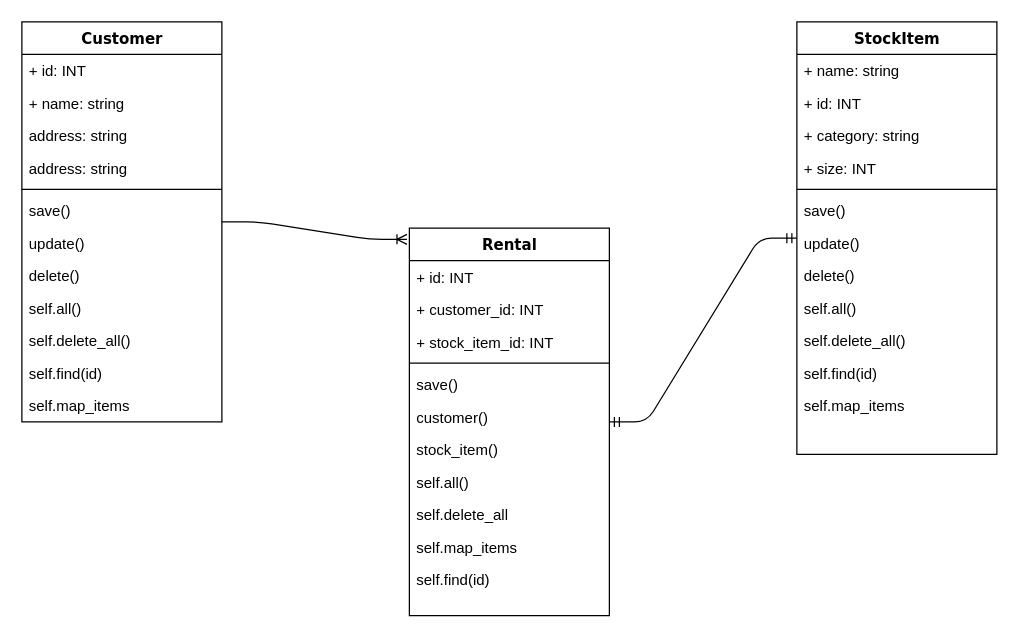
Earlier version of the draw.io diagram PDA/Diagrams/kite_rental_class_diagram.drawio (ED1978/Kitesurf-Rental-Store). Source tidied: cells renumbered, new cells numbered last; positions are measured from the earlier drawing's top-left corner, leaving out a move shared by most shapes. Both pictures are drawn from the tidied source at 125%, with x=0, y=0 at pixel (21, 21).
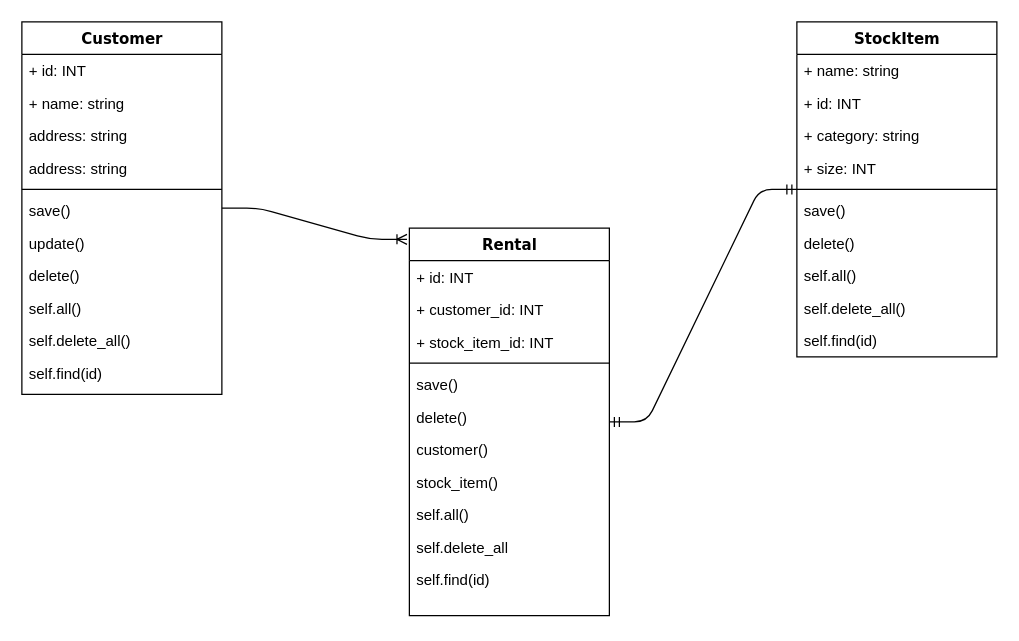
After the change.

Commit message (it also covers changes not shown here):
class diagram final

Unchanged cells that the change refers to:
```xml
<mxCell id="28" value="Rental" style="swimlane;html=1;fontStyle=1;align=center;verticalAlign=top;horizontal=1;startSize=26;swimlaneFillColor=#ffffff;rounded=0;shadow=0;comic=0;labelBackgroundColor=none;strokeColor=#000000;strokeWidth=1;fillColor=none;fontFamily=Verdana;fontSize=12;fontColor=#000000;" parent="1" vertex="1">
  <mxGeometry x="310" y="165" width="160" height="310" as="geometry" />
</mxCell>
```

The edit, as a diff of the source:
```diff
@@
     <mxCell id="2" value="StockItem" style="swimlane;html=1;fontStyle=1;align=center;verticalAlign=top;horizontal=1;startSize=26;swimlaneFillColor=#ffffff;rounded=0;shadow=0;comic=0;labelBackgroundColor=none;strokeColor=#000000;strokeWidth=1;fillColor=none;fontFamily=Verdana;fontSize=12;fontColor=#000000;" parent="1" vertex="1">
-      <mxGeometry x="620" width="160" height="346" as="geometry" />
+      <mxGeometry x="620" width="160" height="268" as="geometry" />
     </mxCell>
@@
-    <mxCell id="9" value="update()" style="text;html=1;strokeColor=none;fillColor=none;align=left;verticalAlign=top;spacingLeft=4;spacingRight=4;whiteSpace=wrap;overflow=hidden;" parent="2" vertex="1">
-      <mxGeometry y="164" width="160" height="26" as="geometry" />
-    </mxCell>
     <mxCell id="10" value="delete()" style="text;html=1;strokeColor=none;fillColor=none;align=left;verticalAlign=top;spacingLeft=4;spacingRight=4;whiteSpace=wrap;overflow=hidden;" parent="2" vertex="1">
-      <mxGeometry y="190" width="160" height="26" as="geometry" />
+      <mxGeometry y="164" width="160" height="26" as="geometry" />
     </mxCell>
     <mxCell id="11" value="self.all()" style="text;html=1;strokeColor=none;fillColor=none;align=left;verticalAlign=top;spacingLeft=4;spacingRight=4;whiteSpace=wrap;overflow=hidden;" parent="2" vertex="1">
-      <mxGeometry y="216" width="160" height="26" as="geometry" />
+      <mxGeometry y="190" width="160" height="26" as="geometry" />
     </mxCell>
     <mxCell id="12" value="self.delete_all()" style="text;html=1;strokeColor=none;fillColor=none;align=left;verticalAlign=top;spacingLeft=4;spacingRight=4;whiteSpace=wrap;overflow=hidden;" parent="2" vertex="1">
-      <mxGeometry y="242" width="160" height="26" as="geometry" />
+      <mxGeometry y="216" width="160" height="26" as="geometry" />
     </mxCell>
     <mxCell id="13" value="self.find(id)" style="text;html=1;strokeColor=none;fillColor=none;align=left;verticalAlign=top;spacingLeft=4;spacingRight=4;whiteSpace=wrap;overflow=hidden;" parent="2" vertex="1">
-      <mxGeometry y="268" width="160" height="26" as="geometry" />
+      <mxGeometry y="242" width="160" height="26" as="geometry" />
     </mxCell>
-    <mxCell id="14" value="self.map_items" style="text;html=1;strokeColor=none;fillColor=none;align=left;verticalAlign=top;spacingLeft=4;spacingRight=4;whiteSpace=wrap;overflow=hidden;" parent="2" vertex="1">
-      <mxGeometry y="294" width="160" height="26" as="geometry" />
-    </mxCell>
     <mxCell id="15" value="Customer" style="swimlane;html=1;fontStyle=1;align=center;verticalAlign=top;horizontal=1;startSize=26;swimlaneFillColor=#ffffff;rounded=0;shadow=0;comic=0;labelBackgroundColor=none;strokeColor=#000000;strokeWidth=1;fillColor=none;fontFamily=Verdana;fontSize=12;fontColor=#000000;" parent="1" vertex="1">
-      <mxGeometry width="160" height="320" as="geometry" />
+      <mxGeometry width="160" height="298" as="geometry" />
     </mxCell>
@@
-    <mxCell id="27" value="self.map_items" style="text;html=1;strokeColor=none;fillColor=none;align=left;verticalAlign=top;spacingLeft=4;spacingRight=4;whiteSpace=wrap;overflow=hidden;" parent="15" vertex="1">
-      <mxGeometry y="294" width="160" height="26" as="geometry" />
-    </mxCell>
@@
+    <mxCell id="42" value="delete()" style="text;html=1;strokeColor=none;fillColor=none;align=left;verticalAlign=top;spacingLeft=4;spacingRight=4;whiteSpace=wrap;overflow=hidden;" parent="28" vertex="1">
+      <mxGeometry y="138" width="160" height="26" as="geometry" />
+    </mxCell>
     <mxCell id="34" value="customer()" style="text;html=1;strokeColor=none;fillColor=none;align=left;verticalAlign=top;spacingLeft=4;spacingRight=4;whiteSpace=wrap;overflow=hidden;" parent="28" vertex="1">
-      <mxGeometry y="138" width="160" height="26" as="geometry" />
+      <mxGeometry y="164" width="160" height="26" as="geometry" />
     </mxCell>
     <mxCell id="35" value="stock_item()" style="text;html=1;strokeColor=none;fillColor=none;align=left;verticalAlign=top;spacingLeft=4;spacingRight=4;whiteSpace=wrap;overflow=hidden;" parent="28" vertex="1">
-      <mxGeometry y="164" width="160" height="26" as="geometry" />
+      <mxGeometry y="190" width="160" height="26" as="geometry" />
     </mxCell>
     <mxCell id="36" value="self.all()" style="text;html=1;strokeColor=none;fillColor=none;align=left;verticalAlign=top;spacingLeft=4;spacingRight=4;whiteSpace=wrap;overflow=hidden;" parent="28" vertex="1">
-      <mxGeometry y="190" width="160" height="26" as="geometry" />
+      <mxGeometry y="216" width="160" height="26" as="geometry" />
     </mxCell>
     <mxCell id="37" value="self.delete_all" style="text;html=1;strokeColor=none;fillColor=none;align=left;verticalAlign=top;spacingLeft=4;spacingRight=4;whiteSpace=wrap;overflow=hidden;" parent="28" vertex="1">
-      <mxGeometry y="216" width="160" height="26" as="geometry" />
+      <mxGeometry y="242" width="160" height="26" as="geometry" />
     </mxCell>
-    <mxCell id="38" value="self.map_items" style="text;html=1;strokeColor=none;fillColor=none;align=left;verticalAlign=top;spacingLeft=4;spacingRight=4;whiteSpace=wrap;overflow=hidden;" parent="28" vertex="1">
-      <mxGeometry y="242" width="160" height="26" as="geometry" />
-    </mxCell>
```
